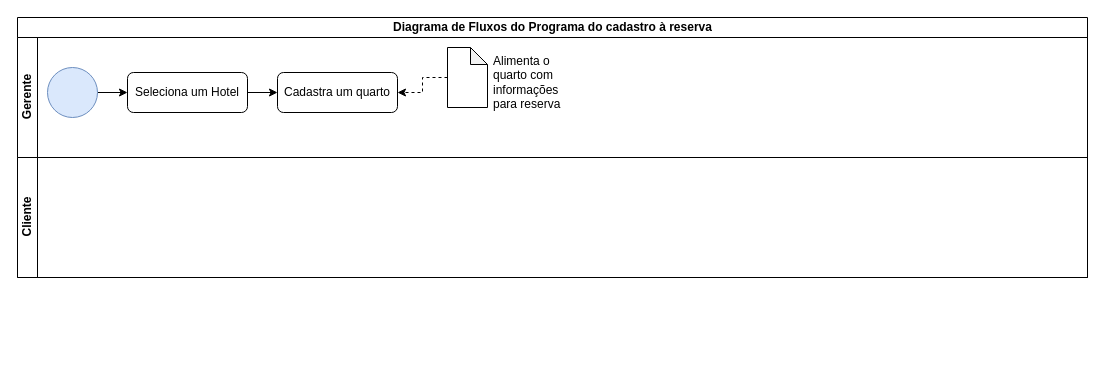
This is Diagrama de fluxos.drawio from givanildojteixeira/dpdm-m7, a draw.io file, before an edit. Source tidied: cells renumbered, new cells numbered last; positions are measured from the earlier drawing's top-left corner, leaving out a move shared by most shapes. Both pictures are drawn from the tidied source at 100%, with x=0, y=0 at pixel (17, 17).
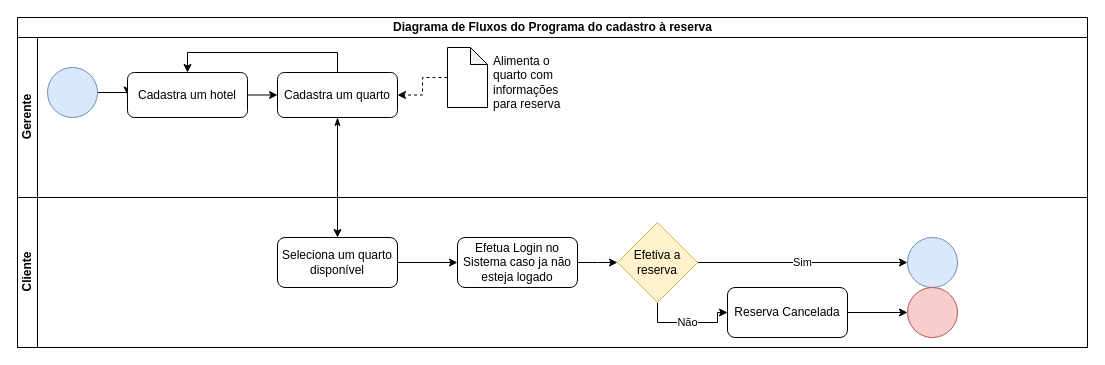
The same diagram, later.

Commit message:
Inserido Cancelamento da Reserva

What changed in the source:
```diff
@@
     <mxCell id="2" value="Diagrama de Fluxos do Programa do cadastro à reserva" style="swimlane;horizontal=1;startSize=20;html=1;" parent="1" vertex="1">
-      <mxGeometry width="1070" height="260" as="geometry" />
+      <mxGeometry width="1070" height="330" as="geometry" />
     </mxCell>
     <mxCell id="3" value="Gerente" style="swimlane;startSize=20;horizontal=0;html=1;" parent="2" vertex="1">
-      <mxGeometry y="20" width="1070" height="120" as="geometry" />
+      <mxGeometry y="20" width="1070" height="160" as="geometry" />
     </mxCell>
@@
-    <mxCell id="7" value="Seleciona um Hotel" style="rounded=1;whiteSpace=wrap;html=1;fontSize=12;glass=0;strokeWidth=1;shadow=0;" parent="3" vertex="1">
-      <mxGeometry x="110" y="35" width="120" height="40" as="geometry" />
+    <mxCell id="7" value="Cadastra um hotel" style="rounded=1;whiteSpace=wrap;html=1;fontSize=12;glass=0;strokeWidth=1;shadow=0;" parent="3" vertex="1">
+      <mxGeometry x="110" y="35" width="120" height="45" as="geometry" />
     </mxCell>
+    <mxCell id="13" style="edgeStyle=orthogonalEdgeStyle;rounded=0;jettySize=auto;html=1;exitX=0.5;exitY=0;exitDx=0;exitDy=0;entryX=0.5;entryY=0;entryDx=0;entryDy=0;" parent="3" edge="1" source="8" target="7">
+      <mxGeometry relative="1" as="geometry" />
+    </mxCell>
     <mxCell id="8" value="Cadastra um quarto" style="rounded=1;whiteSpace=wrap;html=1;fontSize=12;glass=0;strokeWidth=1;shadow=0;" parent="3" vertex="1">
-      <mxGeometry x="260" y="35" width="120" height="40" as="geometry" />
+      <mxGeometry x="260" y="35" width="120" height="45" as="geometry" />
     </mxCell>
@@
+    <mxCell id="14" style="edgeStyle=orthogonalEdgeStyle;rounded=0;jettySize=auto;html=1;exitX=0.5;exitY=1;exitDx=0;exitDy=0;entryX=0.5;entryY=0;entryDx=0;entryDy=0;startArrow=classicThin;startFill=1;" parent="2" edge="1" source="8" target="16">
+      <mxGeometry relative="1" as="geometry" />
+    </mxCell>
     <mxCell id="12" value="Cliente" style="swimlane;startSize=20;horizontal=0;html=1;" parent="2" vertex="1">
-      <mxGeometry y="140" width="1070" height="120" as="geometry" />
+      <mxGeometry y="180" width="1070" height="150" as="geometry" />
     </mxCell>
+    <mxCell id="15" style="edgeStyle=orthogonalEdgeStyle;rounded=0;jettySize=auto;html=1;exitX=1;exitY=0.5;exitDx=0;exitDy=0;entryX=0;entryY=0.5;entryDx=0;entryDy=0;" parent="12" edge="1" source="16" target="18">
+      <mxGeometry relative="1" as="geometry" />
+    </mxCell>
+    <mxCell id="16" value="Seleciona um quarto disponível" style="rounded=1;whiteSpace=wrap;html=1;fontSize=12;glass=0;strokeWidth=1;shadow=0;" parent="12" vertex="1">
+      <mxGeometry x="260" y="40" width="120" height="50" as="geometry" />
+    </mxCell>
+    <mxCell id="17" style="edgeStyle=orthogonalEdgeStyle;rounded=0;jettySize=auto;html=1;exitX=1;exitY=0.5;exitDx=0;exitDy=0;entryX=0;entryY=0.5;entryDx=0;entryDy=0;" parent="12" edge="1" source="18">
+      <mxGeometry relative="1" as="geometry">
+        <mxPoint x="600" y="65" as="targetPoint" />
+      </mxGeometry>
+    </mxCell>
+    <mxCell id="18" value="Efetua Login no Sistema caso ja não esteja logado" style="rounded=1;whiteSpace=wrap;html=1;fontSize=12;glass=0;strokeWidth=1;shadow=0;" parent="12" vertex="1">
+      <mxGeometry x="440" y="40" width="120" height="50" as="geometry" />
+    </mxCell>
+    <mxCell id="19" style="ellipse;whiteSpace=wrap;html=1;fillColor=#dae8fc;strokeColor=#6c8ebf;" parent="12" vertex="1">
+      <mxGeometry x="890" y="40" width="50" height="50" as="geometry" />
+    </mxCell>
+    <mxCell id="20" value="Sim" style="edgeStyle=orthogonalEdgeStyle;rounded=0;jettySize=auto;html=1;exitX=1;exitY=0.5;exitDx=0;exitDy=0;entryX=0;entryY=0.5;entryDx=0;entryDy=0;strokeColor=default;" parent="12" edge="1" source="22" target="19">
+      <mxGeometry relative="1" as="geometry" />
+    </mxCell>
+    <mxCell id="21" value="Não" style="edgeStyle=orthogonalEdgeStyle;rounded=0;jettySize=auto;html=1;exitX=0.5;exitY=1;exitDx=0;exitDy=0;entryX=0;entryY=0.5;entryDx=0;entryDy=0;" parent="12" edge="1" source="22" target="25">
+      <mxGeometry relative="1" as="geometry" />
+    </mxCell>
+    <mxCell id="22" value="Efetiva a reserva" style="rhombus;whiteSpace=wrap;html=1;fillColor=#fff2cc;strokeColor=#d6b656;" parent="12" vertex="1">
+      <mxGeometry x="600" y="25" width="80" height="80" as="geometry" />
+    </mxCell>
+    <mxCell id="23" style="ellipse;whiteSpace=wrap;html=1;fillColor=#f8cecc;strokeColor=#b85450;" parent="12" vertex="1">
+      <mxGeometry x="890" y="90" width="50" height="50" as="geometry" />
+    </mxCell>
+    <mxCell id="24" style="edgeStyle=orthogonalEdgeStyle;rounded=0;jettySize=auto;html=1;exitX=1;exitY=0.5;exitDx=0;exitDy=0;entryX=0;entryY=0.5;entryDx=0;entryDy=0;" parent="12" edge="1" source="25" target="23">
+      <mxGeometry relative="1" as="geometry" />
+    </mxCell>
+    <mxCell id="25" value="Reserva Cancelada" style="rounded=1;whiteSpace=wrap;html=1;fontSize=12;glass=0;strokeWidth=1;shadow=0;" parent="12" vertex="1">
+      <mxGeometry x="710" y="90" width="120" height="50" as="geometry" />
+    </mxCell>
```
